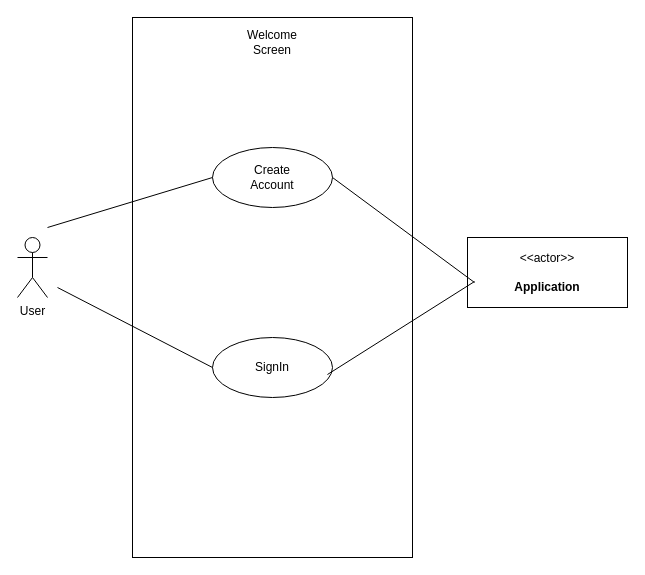
This is page "WelcomeScreen" (1 of 16) of Week-7-Team-04-Use Case Diagrams (2).drawio from Vaibhav-G-Parmar/Chronicle-Your-Ultimate-Travel-Companion, a draw.io file, before an edit. Source tidied: cells renumbered, new cells numbered last; positions are measured from the earlier drawing's top-left corner, leaving out a move shared by most shapes. Both pictures are drawn from the tidied source at 100%, with x=0, y=0 at pixel (17, 17).
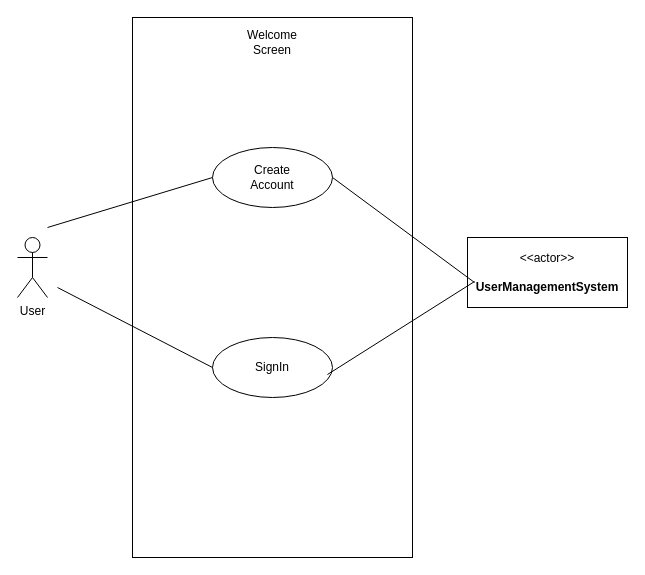
Above is the later version.

Change to the diagram source:
```diff
@@
 <mxGraphModel>
   <root>
     <mxCell id="0" />
     <mxCell id="1" parent="0" />
     <mxCell id="2" value="&lt;h2&gt;&lt;br&gt;&lt;/h2&gt;" style="rounded=0;whiteSpace=wrap;html=1;align=center;" parent="1" vertex="1">
       <mxGeometry x="115" width="280" height="540" as="geometry" />
     </mxCell>
     <mxCell id="3" value="User&lt;br&gt;" style="shape=umlActor;verticalLabelPosition=bottom;verticalAlign=top;html=1;" parent="1" vertex="1">
       <mxGeometry y="220" width="30" height="60" as="geometry" />
     </mxCell>
     <mxCell id="4" value="Create&lt;br&gt;Account" style="ellipse;whiteSpace=wrap;html=1;" parent="1" vertex="1">
       <mxGeometry x="195" y="130" width="120" height="60" as="geometry" />
     </mxCell>
     <mxCell id="5" value="SignIn" style="ellipse;whiteSpace=wrap;html=1;" parent="1" vertex="1">
       <mxGeometry x="195" y="320" width="120" height="60" as="geometry" />
     </mxCell>
     <mxCell id="6" value="Welcome&lt;br&gt;Screen" style="text;html=1;strokeColor=none;fillColor=none;align=center;verticalAlign=middle;whiteSpace=wrap;rounded=0;" parent="1" vertex="1">
       <mxGeometry x="225" y="10" width="60" height="30" as="geometry" />
     </mxCell>
-    <mxCell id="7" value="&amp;lt;&amp;lt;actor&amp;gt;&amp;gt;&lt;br&gt;&lt;br&gt;&lt;b&gt;Application&lt;br&gt;&lt;/b&gt;" style="html=1;align=center;verticalAlign=middle;dashed=0;whiteSpace=wrap;" parent="1" vertex="1">
+    <mxCell id="7" value="&amp;lt;&amp;lt;actor&amp;gt;&amp;gt;&lt;br&gt;&lt;br&gt;&lt;b&gt;UserManagementSystem&lt;br&gt;&lt;/b&gt;" style="html=1;align=center;verticalAlign=middle;dashed=0;whiteSpace=wrap;" parent="1" vertex="1">
       <mxGeometry x="450" y="220" width="160" height="70" as="geometry" />
     </mxCell>
     <mxCell id="8" style="endArrow=none;html=1;rounded=0;entryX=0;entryY=0.5;entryDx=0;entryDy=0;" parent="1" edge="1" target="4">
       <mxGeometry relative="1" as="geometry">
         <mxPoint x="30" y="210" as="sourcePoint" />
       </mxGeometry>
     </mxCell>
     <mxCell id="9" style="endArrow=none;html=1;rounded=0;entryX=0;entryY=0.5;entryDx=0;entryDy=0;" parent="1" edge="1" target="5">
       <mxGeometry relative="1" as="geometry">
         <mxPoint x="40" y="270" as="sourcePoint" />
       </mxGeometry>
     </mxCell>
     <mxCell id="10" style="endArrow=none;html=1;rounded=0;entryX=1;entryY=0.5;entryDx=0;entryDy=0;exitX=0.044;exitY=0.643;exitDx=0;exitDy=0;exitPerimeter=0;" parent="1" edge="1" source="7" target="4">
       <mxGeometry relative="1" as="geometry" />
     </mxCell>
     <mxCell id="11" style="endArrow=none;html=1;rounded=0;entryX=0.044;entryY=0.629;entryDx=0;entryDy=0;exitX=0.958;exitY=0.617;exitDx=0;exitDy=0;exitPerimeter=0;entryPerimeter=0;" parent="1" edge="1" source="5" target="7">
       <mxGeometry relative="1" as="geometry" />
     </mxCell>
   </root>
 </mxGraphModel>
```
